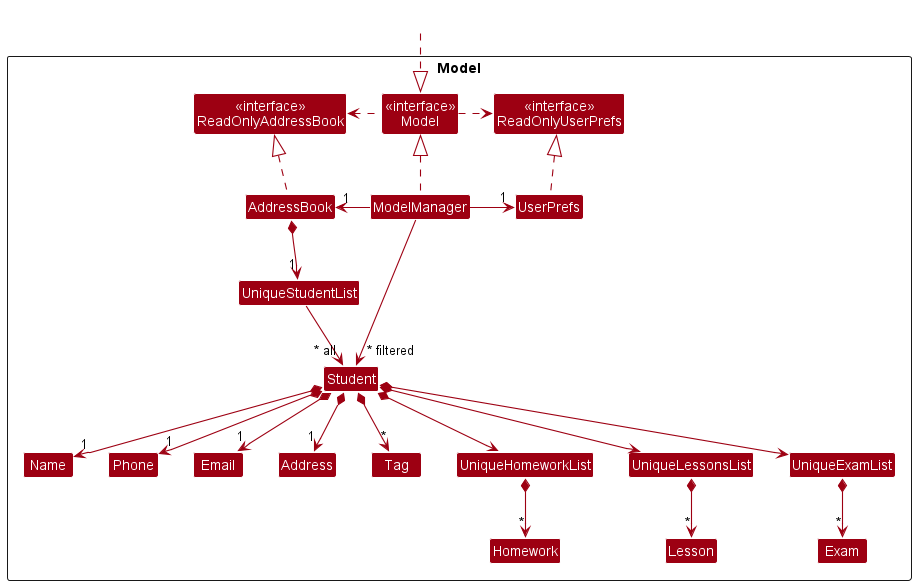
nus-cs2103-AY2223S2/tp keeps this PlantUML diagram as docs/images/ModelClassDiagram.png. Above is the earlier version.
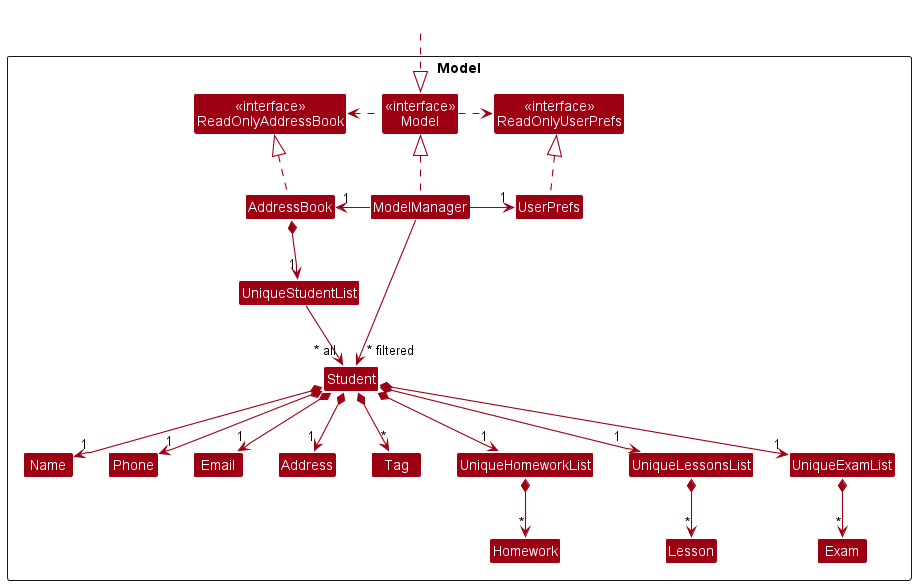
After the commit.

Commit message:
Add multiplicities to uml diagram

Change to the diagram source:
```diff
@@ -50,13 +50,13 @@
 Student *--> "1" Address
 Student *--> "*" Tag
 
-Student *--> UniqueHomeworkList
+Student *--> "1" UniqueHomeworkList
 UniqueHomeworkList *--> "*" Homework
 
-Student *--> UniqueLessonsList
+Student *--> "1" UniqueLessonsList
 UniqueLessonsList *--> "*" Lesson
 
-Student *--> UniqueExamList
+Student *--> "1" UniqueExamList
 UniqueExamList *--> "*" Exam
 
 
```
